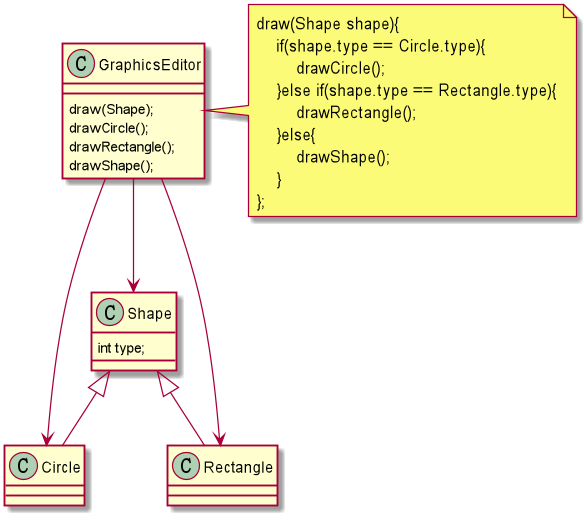
This is doc/images/OCP1.png from Drintau/StudyRepository, a PlantUML export, as it was before one commit. Its source is kept beside it as doc/UML/OCP1.puml. Its diagram source:
```plantuml
@startuml

class GraphicsEditor{
    draw(Shape);
    drawCircle();
    drawRectangle();
    drawShape();
}
note right of GraphicsEditor
draw(Shape shape){
    if(shape.type == Circle.type){
        drawCircle();
    }else if(shape.type == Rectangle.type){
        drawRectangle();
    }else{
        drawShape();
    }
};
end note
class Circle
class Rectangle
class Shape{
    int type;
}

GraphicsEditor --> Circle
GraphicsEditor --> Shape
GraphicsEditor --> Rectangle
Shape <|-- Circle
Shape <|-- Rectangle

@enduml
```
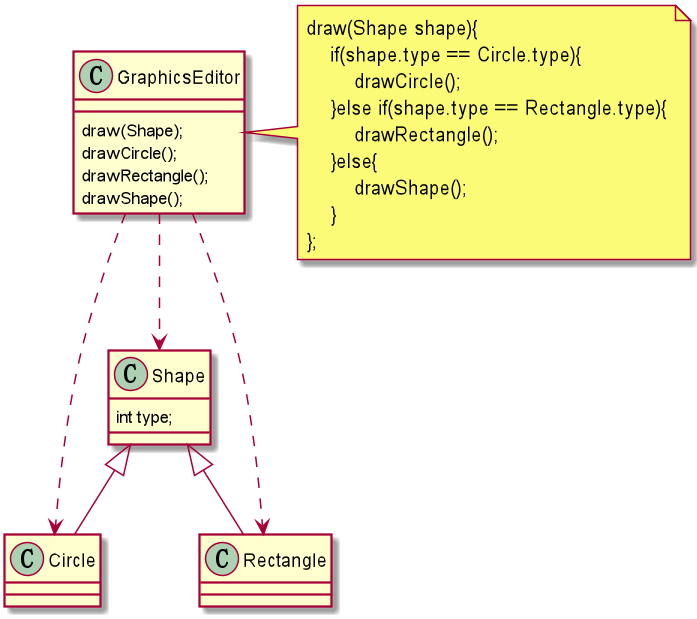
Later version of the same file.

What changed in the source:
```diff
@@ -23,9 +23,9 @@
     int type;
 }
 
-GraphicsEditor --> Circle
-GraphicsEditor --> Shape
-GraphicsEditor --> Rectangle
+GraphicsEditor ..> Circle
+GraphicsEditor ..> Shape
+GraphicsEditor ..> Rectangle
 Shape <|-- Circle
 Shape <|-- Rectangle
 
```
